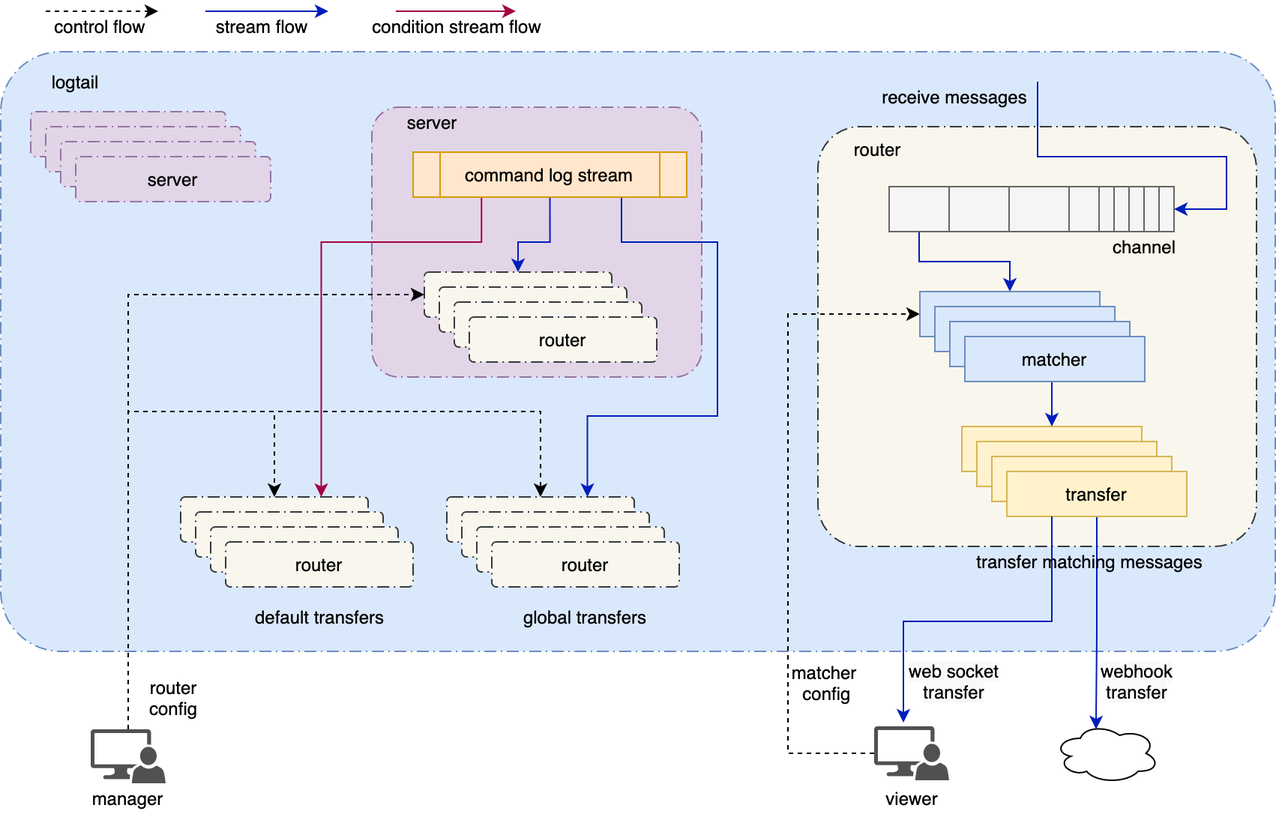
vogo/vogo.github.io keeps this draw.io diagram as logtail/logtail-architecture.png. Above is the earlier version. Source tidied: cells renumbered, new cells last; positions are measured from the earlier drawing's top-left corner, leaving out a move shared by most shapes.
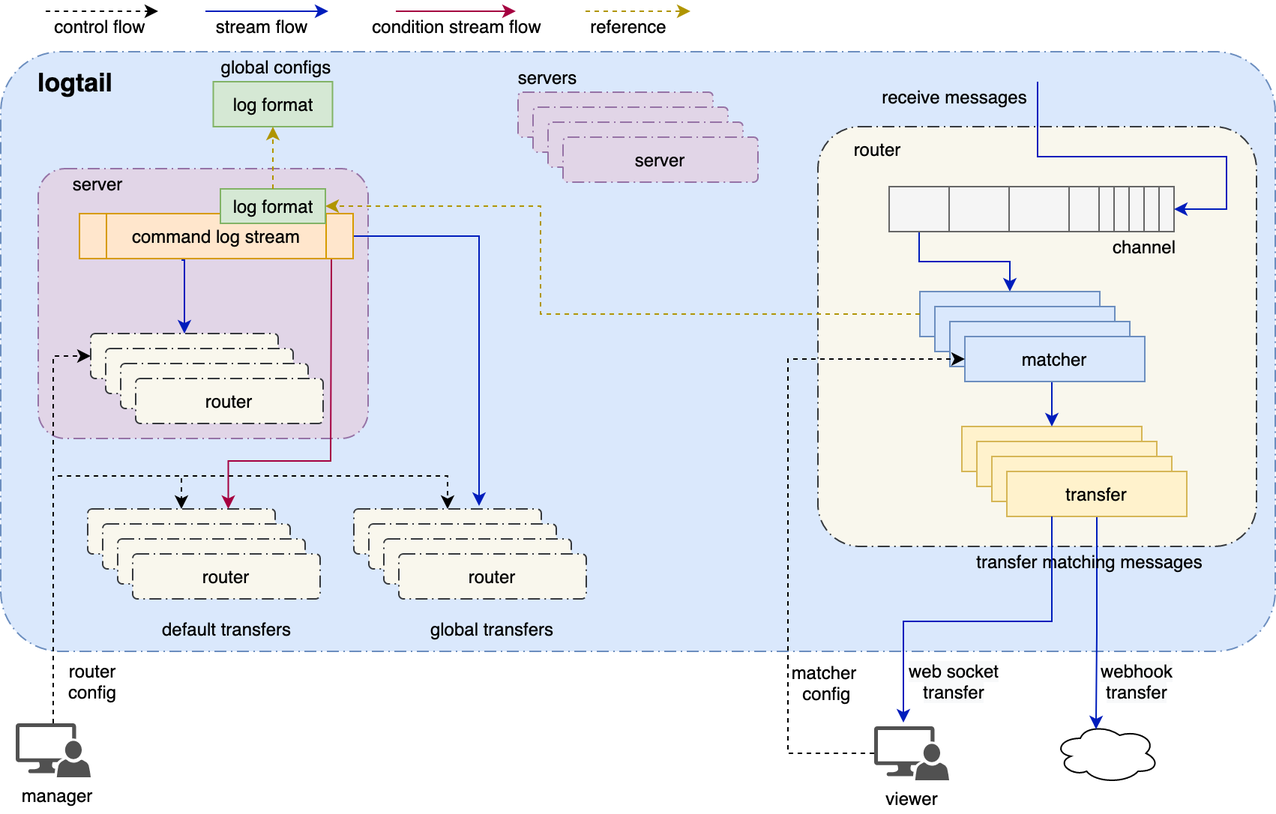
The same diagram one commit later.

Commit message:
update logtail arch

What changed in the source:
```diff
@@ -6,68 +6,60 @@
       <mxGeometry y="27" width="850" height="400" as="geometry" />
     </mxCell>
     <mxCell id="3" style="rounded=1;arcSize=10;dashed=1;strokeColor=#9673a6;fillColor=#e1d5e7;dashPattern=8 3 1 3;strokeWidth=1;" parent="1" vertex="1">
-      <mxGeometry x="247.5" y="64" width="220" height="180" as="geometry" />
+      <mxGeometry x="25" y="105" width="220" height="180" as="geometry" />
     </mxCell>
     <mxCell id="4" style="rounded=1;arcSize=10;dashed=1;strokeColor=#36393d;fillColor=#f9f7ed;dashPattern=8 3 1 3;strokeWidth=1;" parent="1" vertex="1">
       <mxGeometry x="545" y="77" width="292.5" height="280" as="geometry" />
     </mxCell>
     <mxCell id="5" value="server" style="rounded=1;arcSize=10;dashed=1;strokeColor=#9673a6;fillColor=#e1d5e7;dashPattern=8 3 1 3;strokeWidth=1;" parent="1" vertex="1">
-      <mxGeometry x="20" y="67" width="130" height="30" as="geometry" />
+      <mxGeometry x="345" y="54" width="130" height="30" as="geometry" />
     </mxCell>
-    <mxCell id="6" style="edgeStyle=orthogonalEdgeStyle;rounded=0;jettySize=auto;html=1;entryX=0;entryY=0.5;entryDx=0;entryDy=0;dashed=1;exitX=0;exitY=0.5;exitDx=0;exitDy=0;exitPerimeter=0;" parent="1" edge="1" source="7" target="34">
-      <mxGeometry relative="1" as="geometry">
-        <Array as="points">
-          <mxPoint x="525" y="495" />
-          <mxPoint x="525" y="202" />
-        </Array>
-      </mxGeometry>
-    </mxCell>
     <mxCell id="7" style="shadow=0;dashed=0;html=1;strokeColor=none;labelPosition=center;verticalLabelPosition=bottom;verticalAlign=top;align=center;fillColor=#515151;shape=mxgraph.mscae.system_center.admin_console;" parent="1" vertex="1">
       <mxGeometry x="582.5" y="477" width="50" height="36" as="geometry" />
     </mxCell>
     <mxCell id="8" value="matcher&lt;br&gt;&amp;nbsp;config" style="text;html=1;strokeColor=none;fillColor=none;align=center;verticalAlign=middle;whiteSpace=wrap;rounded=0;" parent="1" vertex="1">
       <mxGeometry x="520" y="438" width="58.5" height="20" as="geometry" />
     </mxCell>
-    <mxCell id="9" value="logtail" style="text;html=1;strokeColor=none;fillColor=none;align=center;verticalAlign=middle;whiteSpace=wrap;rounded=0;" parent="1" vertex="1">
+    <mxCell id="9" value="logtail" style="text;html=1;strokeColor=none;fillColor=none;align=center;verticalAlign=middle;whiteSpace=wrap;rounded=0;fontStyle=1;fontSize=17;" parent="1" vertex="1">
       <mxGeometry x="30" y="37" width="40" height="20" as="geometry" />
     </mxCell>
     <mxCell id="10" style="ellipse;shape=cloud;whiteSpace=wrap;html=1;strokeWidth=1;" parent="1" vertex="1">
       <mxGeometry x="702.5" y="475" width="70" height="40" as="geometry" />
     </mxCell>
     <mxCell id="11" value="default transfers" style="text;html=1;strokeColor=none;fillColor=none;align=center;verticalAlign=middle;whiteSpace=wrap;rounded=0;" parent="1" vertex="1">
-      <mxGeometry x="167.5" y="394" width="90" height="20" as="geometry" />
+      <mxGeometry x="105.5" y="402" width="90" height="20" as="geometry" />
     </mxCell>
     <mxCell id="12" style="edgeStyle=orthogonalEdgeStyle;rounded=0;jettySize=auto;html=1;entryX=0.5;entryY=0;entryDx=0;entryDy=0;dashed=1;" parent="1" edge="1" source="15" target="55">
       <mxGeometry relative="1" as="geometry">
         <Array as="points">
-          <mxPoint x="85" y="267" />
-          <mxPoint x="183" y="267" />
+          <mxPoint x="35" y="310" />
+          <mxPoint x="121" y="310" />
         </Array>
       </mxGeometry>
     </mxCell>
     <mxCell id="13" style="edgeStyle=orthogonalEdgeStyle;rounded=0;jettySize=auto;html=1;entryX=0.5;entryY=0;entryDx=0;entryDy=0;dashed=1;" parent="1" edge="1" source="15" target="60">
       <mxGeometry relative="1" as="geometry">
         <Array as="points">
-          <mxPoint x="85" y="267" />
-          <mxPoint x="360" y="267" />
+          <mxPoint x="35" y="310" />
+          <mxPoint x="298" y="310" />
         </Array>
       </mxGeometry>
     </mxCell>
-    <mxCell id="14" style="edgeStyle=orthogonalEdgeStyle;rounded=0;jettySize=auto;html=1;entryX=0;entryY=0.5;entryDx=0;entryDy=0;dashed=1;" parent="1" edge="1" source="15" target="41">
+    <mxCell id="14" style="edgeStyle=orthogonalEdgeStyle;rounded=0;jettySize=auto;html=1;entryX=0;entryY=0.5;entryDx=0;entryDy=0;dashed=1;exitX=0.5;exitY=0;exitDx=0;exitDy=0;exitPerimeter=0;" parent="1" edge="1" source="15" target="41">
       <mxGeometry relative="1" as="geometry">
         <Array as="points">
-          <mxPoint x="85" y="189" />
+          <mxPoint x="35" y="230" />
         </Array>
       </mxGeometry>
     </mxCell>
     <mxCell id="15" style="shadow=0;dashed=0;html=1;strokeColor=none;labelPosition=center;verticalLabelPosition=bottom;verticalAlign=top;align=center;fillColor=#515151;shape=mxgraph.mscae.system_center.admin_console;" parent="1" vertex="1">
-      <mxGeometry x="60" y="479" width="50" height="36" as="geometry" />
+      <mxGeometry x="10" y="475" width="50" height="36" as="geometry" />
     </mxCell>
     <mxCell id="16" value="viewer" style="text;html=1;strokeColor=none;fillColor=none;align=center;verticalAlign=middle;whiteSpace=wrap;rounded=0;" parent="1" vertex="1">
       <mxGeometry x="587.5" y="515" width="40" height="20" as="geometry" />
     </mxCell>
     <mxCell id="17" value="manager" style="text;html=1;strokeColor=none;fillColor=none;align=center;verticalAlign=middle;whiteSpace=wrap;rounded=0;" parent="1" vertex="1">
-      <mxGeometry x="65" y="515" width="40" height="20" as="geometry" />
+      <mxGeometry x="18" y="513" width="40" height="20" as="geometry" />
     </mxCell>
     <mxCell id="18" value="channel" style="text;html=1;strokeColor=none;fillColor=none;align=center;verticalAlign=middle;whiteSpace=wrap;rounded=0;" parent="1" vertex="1">
       <mxGeometry x="742.5" y="147" width="40" height="20" as="geometry" />
@@ -143,13 +135,12 @@
       <mxGeometry x="671" y="307" width="120" height="30" as="geometry" />
     </mxCell>
     <mxCell id="41" value="router" style="rounded=1;arcSize=10;dashed=1;strokeColor=#36393d;fillColor=#f9f7ed;dashPattern=8 3 1 3;strokeWidth=1;" parent="1" vertex="1">
-      <mxGeometry x="282.5" y="174" width="125" height="30" as="geometry" />
+      <mxGeometry x="60" y="215" width="125" height="30" as="geometry" />
     </mxCell>
-    <mxCell id="42" style="edgeStyle=orthogonalEdgeStyle;rounded=0;jettySize=auto;html=1;entryX=0.5;entryY=0;entryDx=0;entryDy=0;exitX=0.5;exitY=1;exitDx=0;exitDy=0;fillColor=#0050ef;strokeColor=#001DBC;" parent="1" edge="1" source="46" target="41">
+    <mxCell id="42" style="edgeStyle=orthogonalEdgeStyle;rounded=0;jettySize=auto;html=1;entryX=0.5;entryY=0;entryDx=0;entryDy=0;exitX=0.373;exitY=1.033;exitDx=0;exitDy=0;fillColor=#0050ef;strokeColor=#001DBC;exitPerimeter=0;" parent="1" edge="1" source="46" target="41">
       <mxGeometry relative="1" as="geometry">
         <Array as="points">
-          <mxPoint x="366" y="154" />
-          <mxPoint x="345" y="154" />
+          <mxPoint x="122.5" y="166" />
         </Array>
       </mxGeometry>
     </mxCell>
@@ -163,77 +154,76 @@
         </Array>
       </mxGeometry>
     </mxCell>
-    <mxCell id="44" style="edgeStyle=orthogonalEdgeStyle;rounded=0;jettySize=auto;html=1;entryX=0.75;entryY=0;entryDx=0;entryDy=0;fillColor=#0050ef;strokeColor=#001DBC;" parent="1" edge="1" source="46" target="60">
+    <mxCell id="44" style="edgeStyle=orthogonalEdgeStyle;rounded=0;jettySize=auto;html=1;fillColor=#0050ef;strokeColor=#001DBC;exitX=1;exitY=0.5;exitDx=0;exitDy=0;" parent="1" edge="1" source="46">
       <mxGeometry relative="1" as="geometry">
+        <mxPoint x="319" y="330" as="targetPoint" />
         <Array as="points">
-          <mxPoint x="414" y="154" />
-          <mxPoint x="478" y="154" />
-          <mxPoint x="478" y="270" />
-          <mxPoint x="391" y="270" />
+          <mxPoint x="319" y="150" />
         </Array>
       </mxGeometry>
     </mxCell>
-    <mxCell id="45" style="edgeStyle=orthogonalEdgeStyle;rounded=0;jettySize=auto;html=1;entryX=0.75;entryY=0;entryDx=0;entryDy=0;exitX=0.25;exitY=1;exitDx=0;exitDy=0;fillColor=#d80073;strokeColor=#A50040;" parent="1" edge="1" source="46" target="55">
+    <mxCell id="45" style="edgeStyle=orthogonalEdgeStyle;rounded=0;jettySize=auto;html=1;entryX=0.75;entryY=0;entryDx=0;entryDy=0;fillColor=#d80073;strokeColor=#A50040;exitX=0.921;exitY=0.967;exitDx=0;exitDy=0;exitPerimeter=0;" parent="1" edge="1" source="46" target="55">
       <mxGeometry relative="1" as="geometry">
         <Array as="points">
-          <mxPoint x="321" y="154" />
-          <mxPoint x="214" y="154" />
+          <mxPoint x="221" y="141" />
+          <mxPoint x="220" y="300" />
+          <mxPoint x="152" y="300" />
         </Array>
       </mxGeometry>
     </mxCell>
     <mxCell id="46" value="command log stream" style="shape=process;whiteSpace=wrap;html=1;backgroundOutline=1;fillColor=#ffe6cc;strokeColor=#d79b00;" parent="1" vertex="1">
-      <mxGeometry x="275" y="94" width="182.5" height="30" as="geometry" />
+      <mxGeometry x="52.5" y="135" width="182.5" height="30" as="geometry" />
     </mxCell>
     <mxCell id="47" value="server" style="text;html=1;strokeColor=none;fillColor=none;align=center;verticalAlign=middle;whiteSpace=wrap;rounded=0;" parent="1" vertex="1">
-      <mxGeometry x="267.5" y="64" width="40" height="20" as="geometry" />
+      <mxGeometry x="45" y="105" width="40" height="20" as="geometry" />
     </mxCell>
     <mxCell id="48" value="router" style="rounded=1;arcSize=10;dashed=1;strokeColor=#36393d;fillColor=#f9f7ed;dashPattern=8 3 1 3;strokeWidth=1;" parent="1" vertex="1">
-      <mxGeometry x="292.5" y="184" width="125" height="30" as="geometry" />
+      <mxGeometry x="70" y="225" width="125" height="30" as="geometry" />
     </mxCell>
     <mxCell id="49" value="router" style="rounded=1;arcSize=10;dashed=1;strokeColor=#36393d;fillColor=#f9f7ed;dashPattern=8 3 1 3;strokeWidth=1;" parent="1" vertex="1">
-      <mxGeometry x="302.5" y="194" width="125" height="30" as="geometry" />
+      <mxGeometry x="80" y="235" width="125" height="30" as="geometry" />
     </mxCell>
     <mxCell id="50" value="server" style="rounded=1;arcSize=10;dashed=1;strokeColor=#9673a6;fillColor=#e1d5e7;dashPattern=8 3 1 3;strokeWidth=1;" parent="1" vertex="1">
-      <mxGeometry x="30" y="77" width="130" height="30" as="geometry" />
+      <mxGeometry x="355" y="64" width="130" height="30" as="geometry" />
     </mxCell>
     <mxCell id="51" value="server" style="rounded=1;arcSize=10;dashed=1;strokeColor=#9673a6;fillColor=#e1d5e7;dashPattern=8 3 1 3;strokeWidth=1;" parent="1" vertex="1">
-      <mxGeometry x="40" y="87" width="130" height="30" as="geometry" />
+      <mxGeometry x="365" y="74" width="130" height="30" as="geometry" />
     </mxCell>
     <mxCell id="52" value="server" style="rounded=1;arcSize=10;dashed=1;strokeColor=#9673a6;fillColor=#e1d5e7;dashPattern=8 3 1 3;strokeWidth=1;" parent="1" vertex="1">
-      <mxGeometry x="50" y="97" width="130" height="30" as="geometry" />
+      <mxGeometry x="375" y="84" width="130" height="30" as="geometry" />
     </mxCell>
     <mxCell id="53" style="edgeStyle=orthogonalEdgeStyle;rounded=0;jettySize=auto;html=1;entryX=0.39;entryY=-0.069;entryDx=0;entryDy=0;entryPerimeter=0;fillColor=#0050ef;strokeColor=#001DBC;exitX=0.25;exitY=1;exitDx=0;exitDy=0;" parent="1" edge="1" source="40" target="7">
       <mxGeometry relative="1" as="geometry" />
     </mxCell>
     <mxCell id="54" value="router" style="rounded=1;arcSize=10;dashed=1;strokeColor=#36393d;fillColor=#f9f7ed;dashPattern=8 3 1 3;strokeWidth=1;" parent="1" vertex="1">
-      <mxGeometry x="312.5" y="204" width="125" height="30" as="geometry" />
+      <mxGeometry x="90" y="245" width="125" height="30" as="geometry" />
     </mxCell>
     <mxCell id="55" value="router" style="rounded=1;arcSize=10;dashed=1;strokeColor=#36393d;fillColor=#f9f7ed;dashPattern=8 3 1 3;strokeWidth=1;" parent="1" vertex="1">
-      <mxGeometry x="120" y="324" width="125" height="30" as="geometry" />
+      <mxGeometry x="58" y="332" width="125" height="30" as="geometry" />
     </mxCell>
     <mxCell id="56" value="router" style="rounded=1;arcSize=10;dashed=1;strokeColor=#36393d;fillColor=#f9f7ed;dashPattern=8 3 1 3;strokeWidth=1;" parent="1" vertex="1">
-      <mxGeometry x="130" y="334" width="125" height="30" as="geometry" />
+      <mxGeometry x="68" y="342" width="125" height="30" as="geometry" />
     </mxCell>
     <mxCell id="57" value="router" style="rounded=1;arcSize=10;dashed=1;strokeColor=#36393d;fillColor=#f9f7ed;dashPattern=8 3 1 3;strokeWidth=1;" parent="1" vertex="1">
-      <mxGeometry x="140" y="344" width="125" height="30" as="geometry" />
+      <mxGeometry x="78" y="352" width="125" height="30" as="geometry" />
     </mxCell>
     <mxCell id="58" value="router" style="rounded=1;arcSize=10;dashed=1;strokeColor=#36393d;fillColor=#f9f7ed;dashPattern=8 3 1 3;strokeWidth=1;" parent="1" vertex="1">
-      <mxGeometry x="150" y="354" width="125" height="30" as="geometry" />
+      <mxGeometry x="88" y="362" width="125" height="30" as="geometry" />
     </mxCell>
     <mxCell id="59" value="global transfers" style="text;html=1;strokeColor=none;fillColor=none;align=center;verticalAlign=middle;whiteSpace=wrap;rounded=0;" parent="1" vertex="1">
-      <mxGeometry x="345" y="394" width="90" height="20" as="geometry" />
+      <mxGeometry x="283" y="402" width="90" height="20" as="geometry" />
     </mxCell>
     <mxCell id="60" value="router" style="rounded=1;arcSize=10;dashed=1;strokeColor=#36393d;fillColor=#f9f7ed;dashPattern=8 3 1 3;strokeWidth=1;" parent="1" vertex="1">
-      <mxGeometry x="297.5" y="324" width="125" height="30" as="geometry" />
+      <mxGeometry x="235.5" y="332" width="125" height="30" as="geometry" />
     </mxCell>
     <mxCell id="61" value="router" style="rounded=1;arcSize=10;dashed=1;strokeColor=#36393d;fillColor=#f9f7ed;dashPattern=8 3 1 3;strokeWidth=1;" parent="1" vertex="1">
-      <mxGeometry x="307.5" y="334" width="125" height="30" as="geometry" />
+      <mxGeometry x="245.5" y="342" width="125" height="30" as="geometry" />
     </mxCell>
     <mxCell id="62" value="router" style="rounded=1;arcSize=10;dashed=1;strokeColor=#36393d;fillColor=#f9f7ed;dashPattern=8 3 1 3;strokeWidth=1;" parent="1" vertex="1">
-      <mxGeometry x="317.5" y="344" width="125" height="30" as="geometry" />
+      <mxGeometry x="255.5" y="352" width="125" height="30" as="geometry" />
     </mxCell>
     <mxCell id="63" value="router" style="rounded=1;arcSize=10;dashed=1;strokeColor=#36393d;fillColor=#f9f7ed;dashPattern=8 3 1 3;strokeWidth=1;" parent="1" vertex="1">
-      <mxGeometry x="327.5" y="354" width="125" height="30" as="geometry" />
+      <mxGeometry x="265.5" y="362" width="125" height="30" as="geometry" />
     </mxCell>
     <mxCell id="64" value="&lt;meta charset=&quot;utf-8&quot;&gt;&lt;span style=&quot;color: rgb(0, 0, 0); font-family: helvetica; font-size: 12px; font-style: normal; font-weight: 400; letter-spacing: normal; text-align: center; text-indent: 0px; text-transform: none; word-spacing: 0px; background-color: rgb(248, 249, 250); display: inline; float: none;&quot;&gt;web socket transfer&lt;/span&gt;" style="text;html=1;fillColor=none;align=center;verticalAlign=middle;whiteSpace=wrap;rounded=0;" parent="1" vertex="1">
       <mxGeometry x="603.2" y="437" width="66" height="20" as="geometry" />
@@ -242,7 +232,7 @@
       <mxGeometry x="725" y="437" width="66" height="20" as="geometry" />
     </mxCell>
     <mxCell id="66" value="router&lt;br&gt;config" style="text;html=1;strokeColor=none;fillColor=none;align=center;verticalAlign=middle;whiteSpace=wrap;rounded=0;" parent="1" vertex="1">
-      <mxGeometry x="85.8" y="448" width="58.5" height="20" as="geometry" />
+      <mxGeometry x="31.5" y="437" width="58.5" height="20" as="geometry" />
     </mxCell>
     <mxCell id="67" style="edgeStyle=orthogonalEdgeStyle;rounded=0;orthogonalLoop=1;jettySize=auto;html=1;dashed=1;" parent="1" edge="1">
       <mxGeometry relative="1" as="geometry">
@@ -282,5 +272,45 @@
     <mxCell id="72" value="condition stream flow" style="text;html=1;strokeColor=none;fillColor=none;align=center;verticalAlign=middle;whiteSpace=wrap;rounded=0;" parent="1" vertex="1">
       <mxGeometry x="245" width="118.5" height="20" as="geometry" />
     </mxCell>
+    <mxCell id="73" value="log format" style="rounded=0;whiteSpace=wrap;html=1;fillColor=#d5e8d4;strokeColor=#82b366;" parent="1" vertex="1">
+      <mxGeometry x="141.8" y="47" width="79.5" height="30" as="geometry" />
+    </mxCell>
+    <mxCell id="74" value="log format" style="rounded=0;whiteSpace=wrap;html=1;fillColor=#d5e8d4;strokeColor=#82b366;" parent="1" vertex="1">
+      <mxGeometry x="146.5" y="118.5" width="70" height="23" as="geometry" />
+    </mxCell>
+    <mxCell id="75" value="global configs" style="text;html=1;strokeColor=none;fillColor=none;align=center;verticalAlign=middle;whiteSpace=wrap;rounded=0;" parent="1" vertex="1">
+      <mxGeometry x="138.5" y="27" width="90" height="20" as="geometry" />
+    </mxCell>
+    <mxCell id="6" style="edgeStyle=orthogonalEdgeStyle;rounded=0;jettySize=auto;html=1;entryX=0;entryY=0.5;entryDx=0;entryDy=0;dashed=1;exitX=0;exitY=0.5;exitDx=0;exitDy=0;exitPerimeter=0;" parent="1" edge="1" source="7" target="37">
+      <mxGeometry relative="1" as="geometry">
+        <Array as="points">
+          <mxPoint x="525" y="495" />
+          <mxPoint x="525" y="232" />
+        </Array>
+      </mxGeometry>
+    </mxCell>
+    <mxCell id="76" value="servers" style="text;html=1;strokeColor=none;fillColor=none;align=center;verticalAlign=middle;whiteSpace=wrap;rounded=0;" parent="1" vertex="1">
+      <mxGeometry x="340" y="34" width="50" height="20" as="geometry" />
+    </mxCell>
+    <mxCell id="77" style="edgeStyle=orthogonalEdgeStyle;rounded=0;orthogonalLoop=1;jettySize=auto;html=1;strokeWidth=1;fillColor=#e3c800;strokeColor=#B09500;dashed=1;" parent="1" edge="1">
+      <mxGeometry relative="1" as="geometry">
+        <mxPoint x="390" as="sourcePoint" />
+        <mxPoint x="460" as="targetPoint" />
+      </mxGeometry>
+    </mxCell>
+    <mxCell id="78" value="reference" style="text;html=1;strokeColor=none;fillColor=none;align=center;verticalAlign=middle;whiteSpace=wrap;rounded=0;" parent="1" vertex="1">
+      <mxGeometry x="386.5" width="63.5" height="20" as="geometry" />
+    </mxCell>
+    <mxCell id="79" style="edgeStyle=orthogonalEdgeStyle;rounded=0;jettySize=auto;html=1;strokeWidth=1;exitX=0;exitY=0.5;exitDx=0;exitDy=0;entryX=1;entryY=0.5;entryDx=0;entryDy=0;fillColor=#e3c800;strokeColor=#B09500;dashed=1;" parent="1" edge="1" source="34" target="74">
+      <mxGeometry relative="1" as="geometry">
+        <Array as="points">
+          <mxPoint x="360" y="202" />
+          <mxPoint x="360" y="130" />
+        </Array>
+      </mxGeometry>
+    </mxCell>
+    <mxCell id="80" style="edgeStyle=orthogonalEdgeStyle;rounded=0;jettySize=auto;html=1;entryX=0.5;entryY=1;entryDx=0;entryDy=0;strokeWidth=1;exitX=0.5;exitY=0;exitDx=0;exitDy=0;fillColor=#e3c800;strokeColor=#B09500;dashed=1;" parent="1" edge="1" source="74" target="73">
+      <mxGeometry relative="1" as="geometry" />
+    </mxCell>
   </root>
 </mxGraphModel>
```
